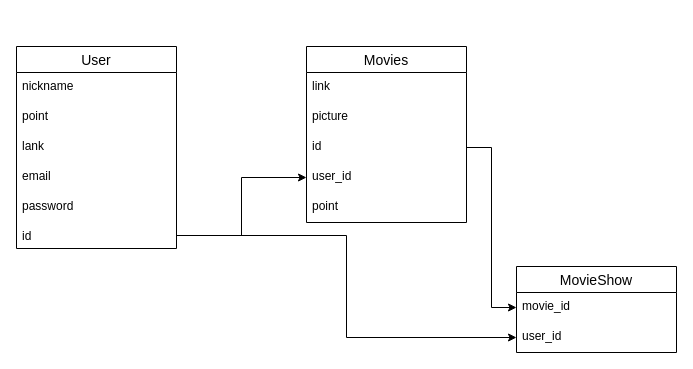
The draw.io diagram database.dio in runba3011/tizer_system, before the edit. Source tidied: cells renumbered, new cells numbered last; positions are measured from the earlier drawing's top-left corner, leaving out a move shared by most shapes. Both pictures are drawn from the tidied source at 100%, with x=0, y=0 at pixel (16, 46).
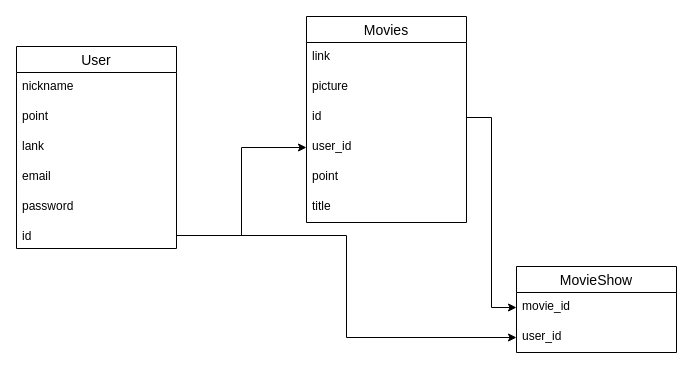
Above is the later version.

Commit message (it also covers changes not shown here):
保存処理の修正

Diff of the diagram source:
```diff
@@
     <mxCell id="9" value="Movies" style="swimlane;fontStyle=0;horizontal=1;startSize=26;align=center;fontSize=14;" parent="1" vertex="1">
-      <mxGeometry x="290" width="160" height="176" as="geometry" />
+      <mxGeometry x="290" y="-30" width="160" height="206" as="geometry" />
     </mxCell>
@@
+    <mxCell id="21" value="title" style="text;strokeColor=none;fillColor=none;spacingLeft=4;spacingRight=4;overflow=hidden;fontSize=12;" parent="9" vertex="1">
+      <mxGeometry y="176" width="160" height="30" as="geometry" />
+    </mxCell>
```
